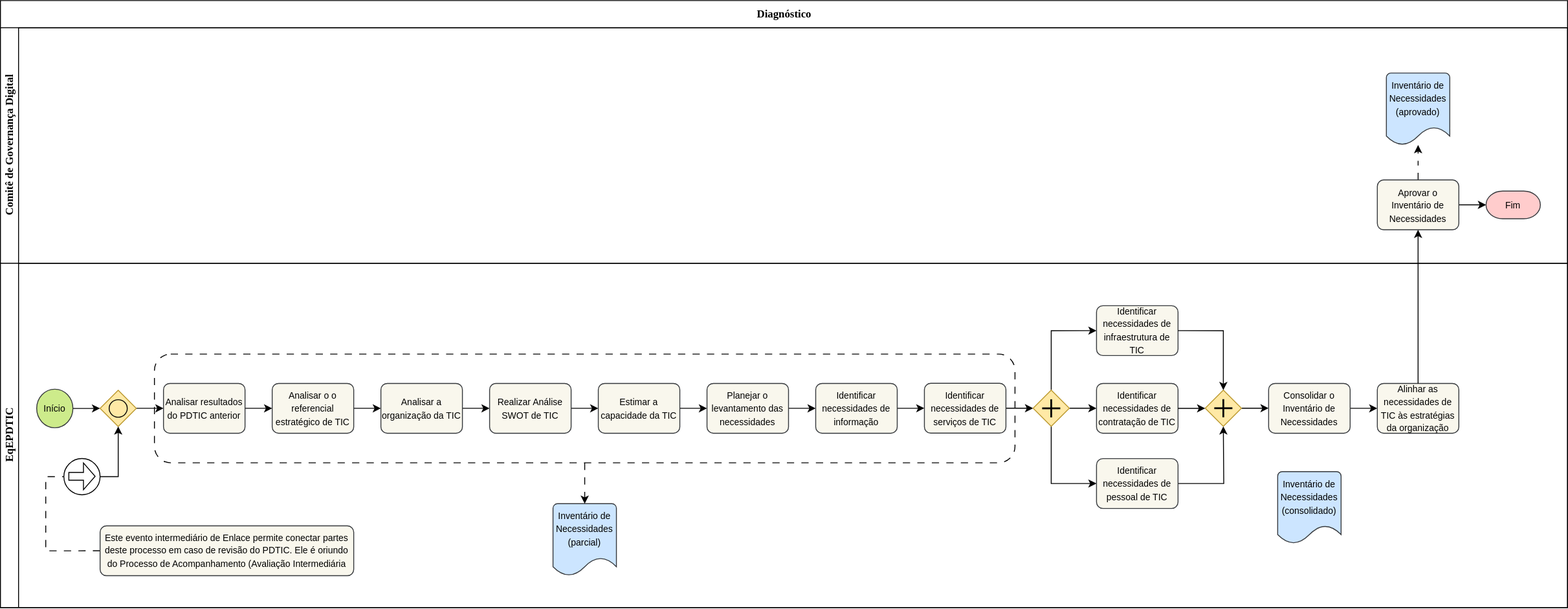
Earlier version of the draw.io export fluxo_diagnostico.drawio.svg (Bariand/diagramas-gestao-ufpel). Source tidied: cells renumbered, new cells last; positions are measured from the earlier drawing's top-left corner, leaving out a move shared by most shapes.
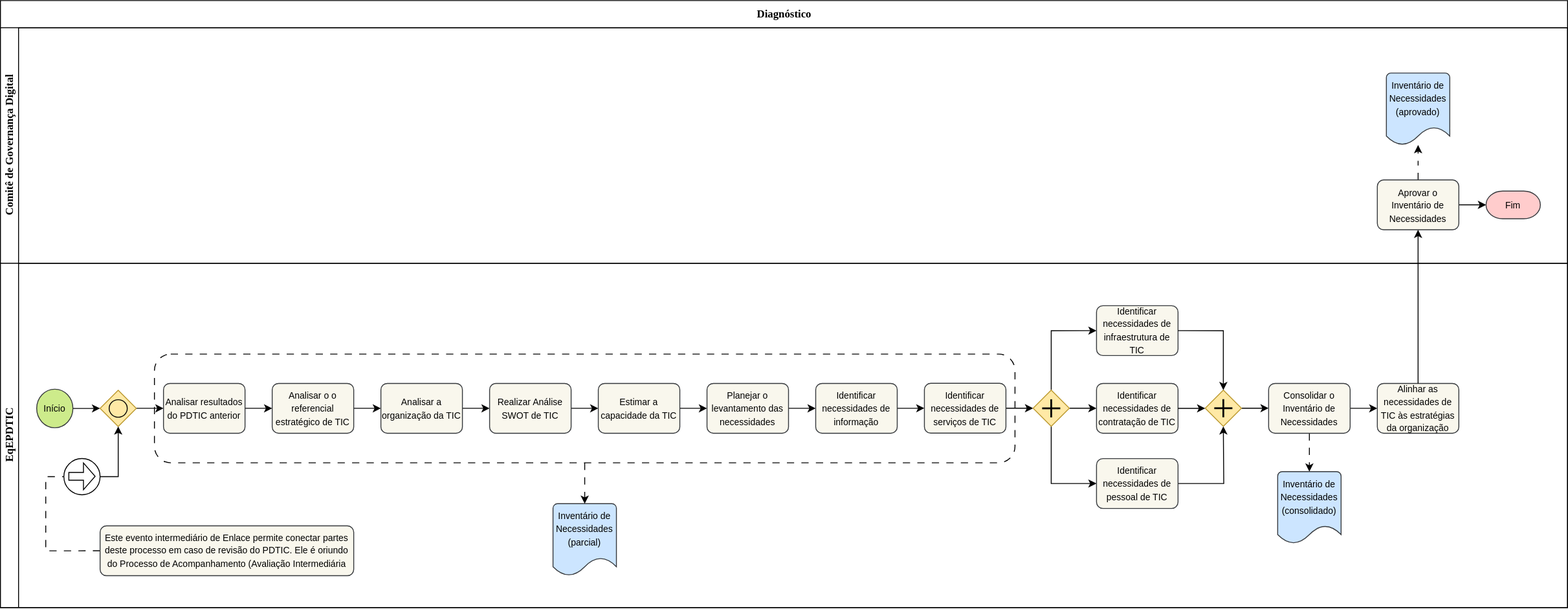
After the change.

Change to the diagram source:
```diff
@@ -219,6 +219,9 @@
     <mxCell id="58" style="edgeStyle=orthogonalEdgeStyle;rounded=0;jettySize=auto;html=1;" parent="14" edge="1" source="59" target="60">
       <mxGeometry relative="1" as="geometry" />
     </mxCell>
+    <mxCell id="78" style="edgeStyle=orthogonalEdgeStyle;rounded=0;jettySize=auto;html=1;dashed=1;dashPattern=8 8;" parent="14" edge="1" source="59" target="68">
+      <mxGeometry relative="1" as="geometry" />
+    </mxCell>
     <mxCell id="59" value="&lt;font style=&quot;font-size: 10px;&quot;&gt;Consolidar o Inventário de Necessidades&lt;/font&gt;" style="rounded=1;whiteSpace=wrap;html=1;absoluteArcSize=1;arcSize=14;strokeWidth=1;fillColor=#f9f7ed;strokeColor=#36393d;swimlaneLine=1;shadow=0;" parent="14" vertex="1">
       <mxGeometry x="1400" y="132.6" width="90" height="55" as="geometry" />
     </mxCell>
```
